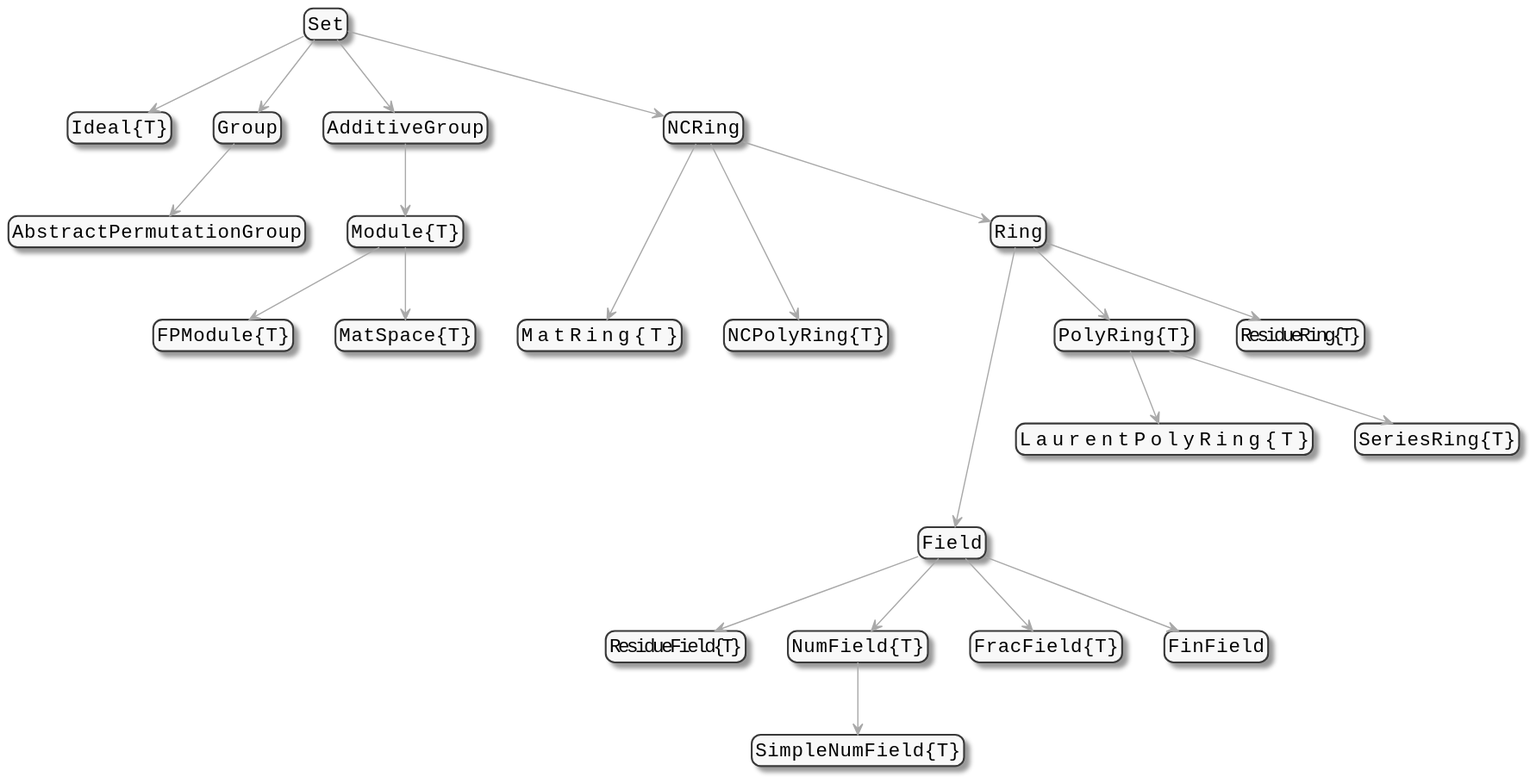
This is previews/PR6290/AbstractAlgebra/assets/parents_diagram.svg from oscar-system/OscarDocumentation, a PlantUML export, as it was before one commit. Its diagram source:
```plantuml
@startuml
skinparam monochrome true
skinparam defaultFontName Monospaced
skinparam defaultFontSize 16
skinparam objectArrowColor DarkGray
skinparam RoundCorner 15

"Set" -down-> "Ideal{T}"

"Set" -down-> "Group"
"Group" -down-> "AbstractPermutationGroup"

"Set" -down-> "AdditiveGroup"
"AdditiveGroup" -down-> "Module{T}"
"Module{T}" -down-> "FPModule{T}"
"Module{T}" -down-> "MatSpace{T}"

"Set" -down-> "NCRing"
"NCRing" -down--> "MatRing{T}"
"NCRing" -down--> "NCPolyRing{T}"
"NCRing" -down-> "Ring"

"Ring" -down---> "Field"
"Ring" -down-> "PolyRing{T}"
"PolyRing{T}" -down-> "LaurentPolyRing{T}"
"PolyRing{T}" -down-> "SeriesRing{T}"
"Ring" -down-> "ResidueRing{T}"

"Field" -down-> "ResidueField{T}"
"NumField{T}" -down-> "SimpleNumField{T}"
"Field" -down-> "FracField{T}"
"Field" -down-> "NumField{T}"
"Field" -down-> "FinField"

hide members
hide circle

@enduml
```
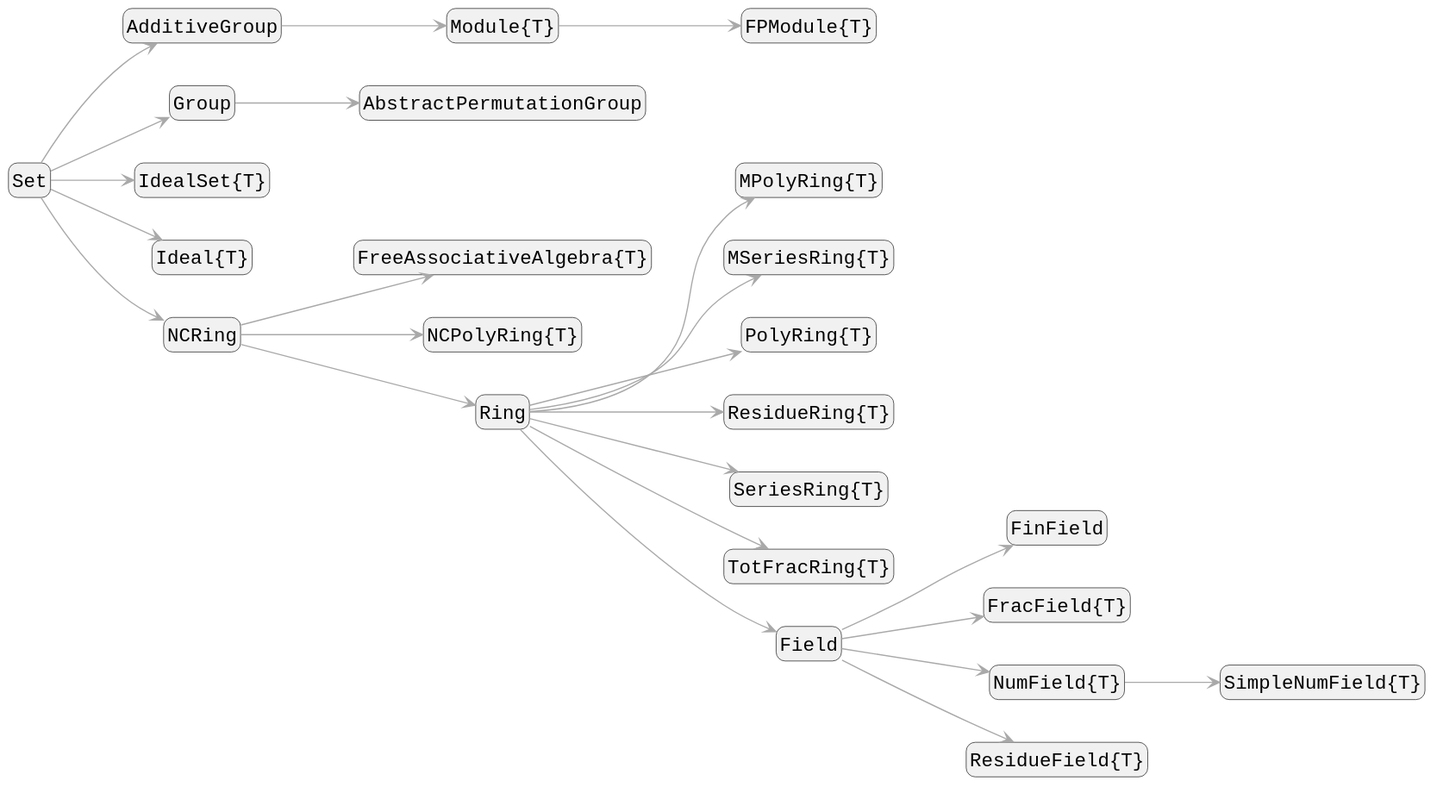
Above is the later version.

Change to the diagram source:
```diff
@@ -4,35 +4,31 @@
 skinparam defaultFontSize 16
 skinparam objectArrowColor DarkGray
 skinparam RoundCorner 15
+left to right direction
 
-"Set" -down-> "Ideal{T}"
-
-"Set" -down-> "Group"
-"Group" -down-> "AbstractPermutationGroup"
-
-"Set" -down-> "AdditiveGroup"
-"AdditiveGroup" -down-> "Module{T}"
-"Module{T}" -down-> "FPModule{T}"
-"Module{T}" -down-> "MatSpace{T}"
-
-"Set" -down-> "NCRing"
-"NCRing" -down--> "MatRing{T}"
-"NCRing" -down--> "NCPolyRing{T}"
-"NCRing" -down-> "Ring"
-
-"Ring" -down---> "Field"
-"Ring" -down-> "PolyRing{T}"
-"PolyRing{T}" -down-> "LaurentPolyRing{T}"
-"PolyRing{T}" -down-> "SeriesRing{T}"
-"Ring" -down-> "ResidueRing{T}"
-
-"Field" -down-> "ResidueField{T}"
-"NumField{T}" -down-> "SimpleNumField{T}"
-"Field" -down-> "FracField{T}"
-"Field" -down-> "NumField{T}"
-"Field" -down-> "FinField"
-
+"Set" --> "AdditiveGroup"
+"AdditiveGroup" --> "Module{T}"
+"Module{T}" --> "FPModule{T}"
+"Set" --> "Group"
+"Group" --> "AbstractPermutationGroup"
+"Set" --> "IdealSet{T}"
+"Set" --> "Ideal{T}"
+"Set" --> "NCRing"
+"NCRing" --> "FreeAssociativeAlgebra{T}"
+"NCRing" --> "NCPolyRing{T}"
+"NCRing" --> "Ring"
+"Ring" --> "MPolyRing{T}"
+"Ring" --> "MSeriesRing{T}"
+"Ring" --> "PolyRing{T}"
+"Ring" --> "ResidueRing{T}"
+"Ring" --> "SeriesRing{T}"
+"Ring" --> "TotFracRing{T}"
+"Ring" --> "Field"
+"Field" --> "FinField"
+"Field" --> "FracField{T}"
+"Field" --> "NumField{T}"
+"NumField{T}" --> "SimpleNumField{T}"
+"Field" --> "ResidueField{T}"
 hide members
 hide circle
-
 @enduml
```
